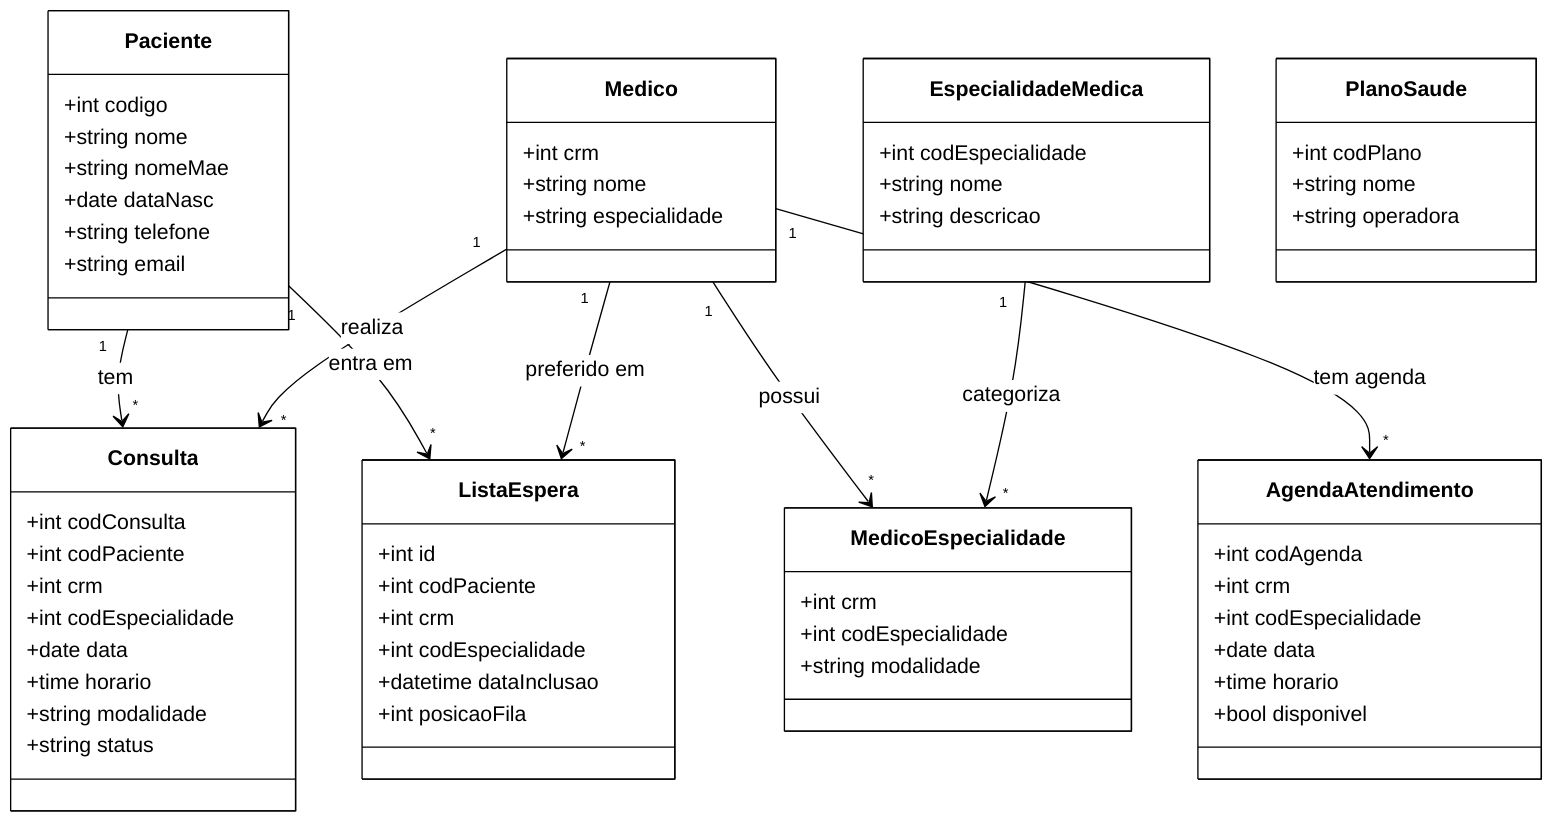
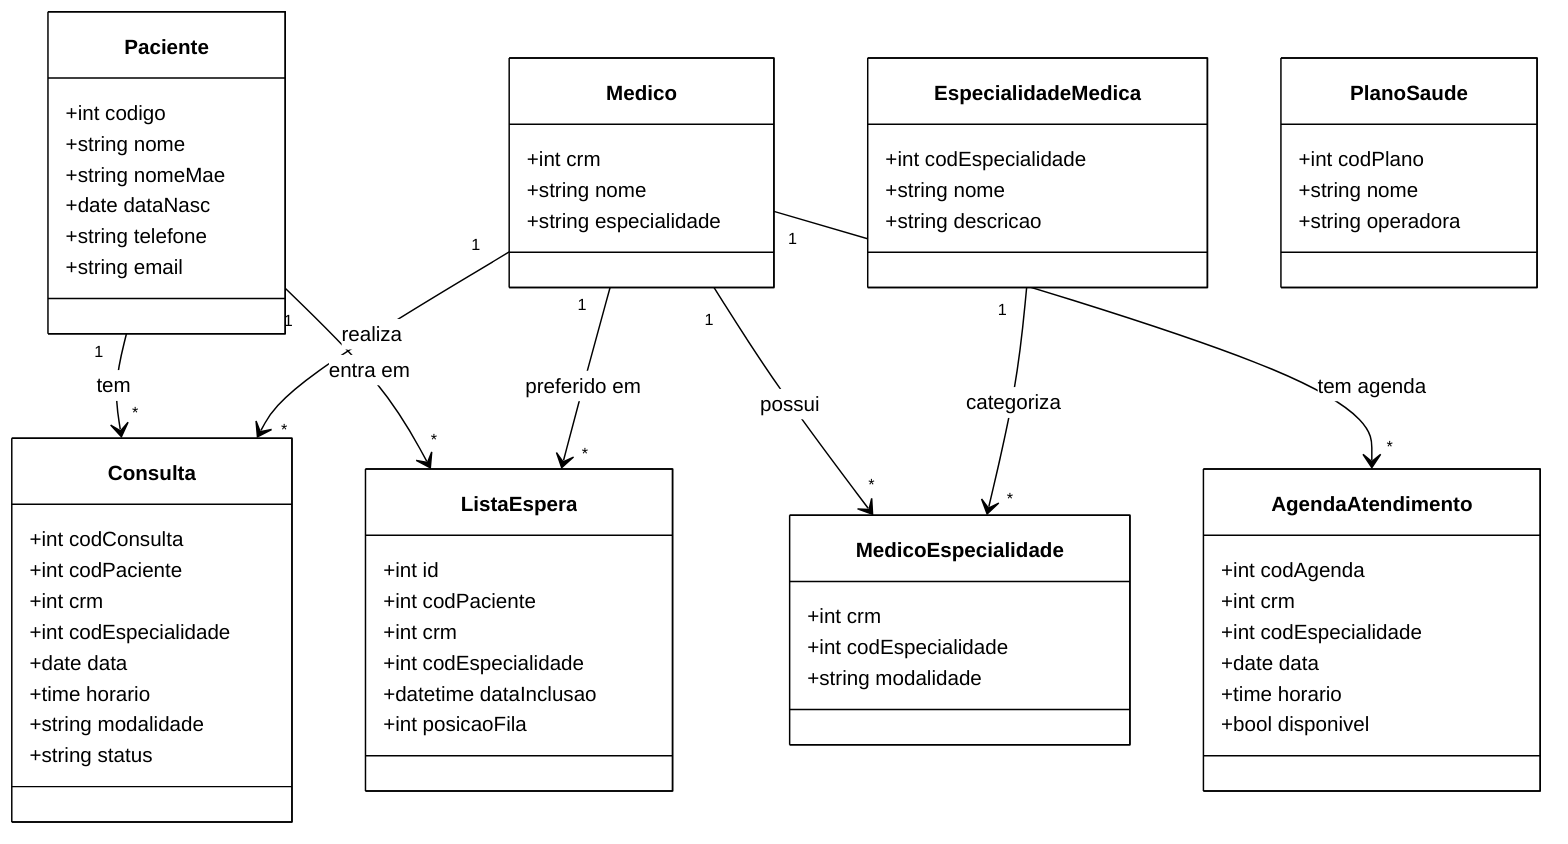
- %% Ajustado: fundo branco e cores de texto/setas em preto para melhor visibilidade
- %%{init: {'theme': 'base', 'themeVariables': { 'background': '#ffffff', 'primaryColor': '#ffffff', 'primaryBorderColor': '#000000', 'lineColor': '#000000', 'secondaryBackground': '#ffffff', 'tertiaryColor': '#ffffff', 'tertiaryBorderColor': '#000000', 'edgeLabelBackground': '#ffffff', 'primaryTextColor': '#000000', 'textColor': '#000000' }}}%%
+ %% Ajustado para alto contraste e fontes maiores
+ %%{init: {'theme': 'base', 'themeVariables': { 'background': '#ffffff', 'primaryColor': '#ffffff', 'primaryBorderColor': '#000000', 'lineColor': '#000000', 'edgeLabelBackground': '#ffffff', 'tertiaryColor': '#ffffff', 'textColor': '#000000', 'fontSize': '14px'}}}%%
classDiagram
+     %% estilos globais para caixas e texto
+     classDef default fill:#ffffff,stroke:#000000,stroke-width:2px,color:#000000,font-size:14px;
+ 
    class Paciente {
        +int codigo
        +string nome
        +string nomeMae
        +date dataNasc
        +string telefone
        +string email
    }
    class Medico {
        +int crm
        +string nome
        +string especialidade
    }
    class EspecialidadeMedica {
        +int codEspecialidade
        +string nome
        +string descricao
    }
    class MedicoEspecialidade {
        +int crm
        +int codEspecialidade
        +string modalidade
    }
    class AgendaAtendimento {
        +int codAgenda
        +int crm
        +int codEspecialidade
        +date data
        +time horario
        +bool disponivel
    }
    class Consulta {
        +int codConsulta
        +int codPaciente
        +int crm
        +int codEspecialidade
        +date data
        +time horario
        +string modalidade
        +string status
    }
    class PlanoSaude {
        +int codPlano
        +string nome
        +string operadora
    }
    class ListaEspera {
        +int id
        +int codPaciente
        +int crm
        +int codEspecialidade
        +datetime dataInclusao
        +int posicaoFila
    }

+     %% relações (rótulos curtos ajudam a não sobrepor)
    Paciente "1" --> "*" Consulta : tem
    Medico "1" --> "*" Consulta : realiza
    Medico "1" --> "*" MedicoEspecialidade : possui
    EspecialidadeMedica "1" --> "*" MedicoEspecialidade : categoriza
    Medico "1" --> "*" AgendaAtendimento : tem agenda
    Paciente "1" --> "*" ListaEspera : entra em
    Medico "1" --> "*" ListaEspera : preferido em
